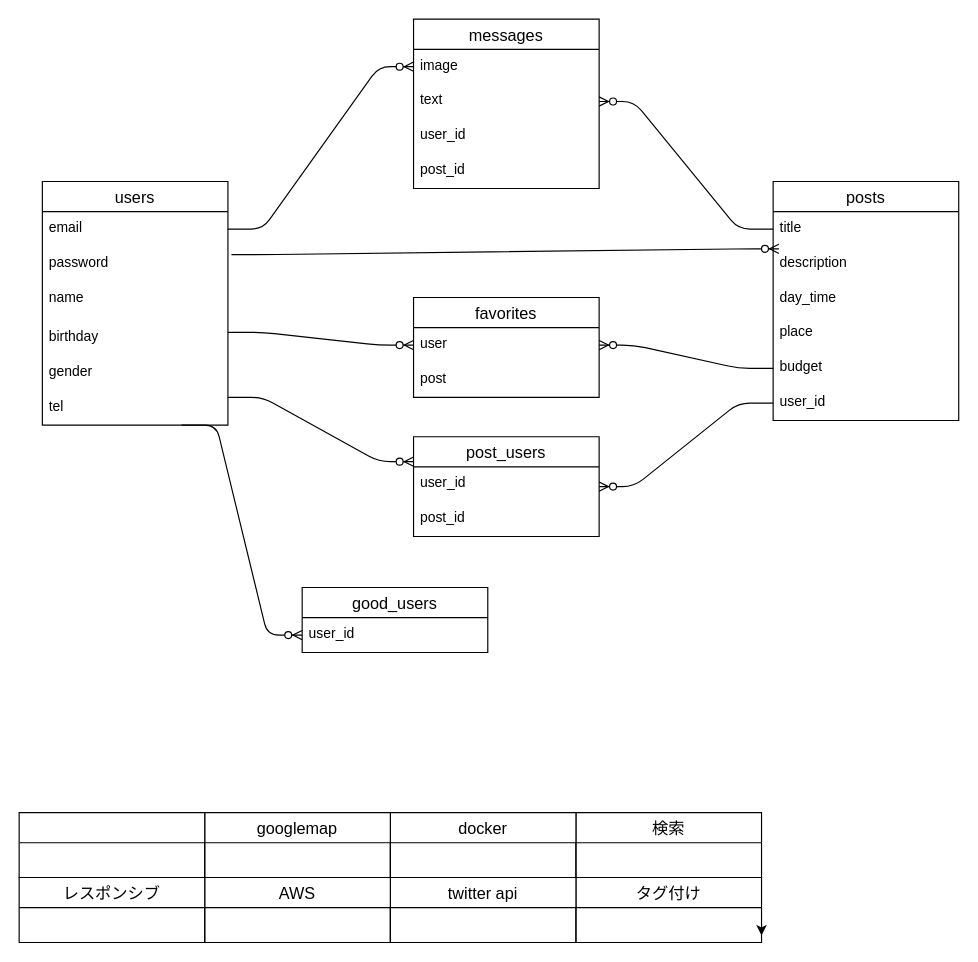
Before: oriapp2.dio in koyama1058/oriapp, a draw.io diagram. Source tidied: cells renumbered, new cells numbered last; positions are measured from the earlier drawing's top-left corner, leaving out a move shared by most shapes. Both pictures are drawn from the tidied source at 116%, with x=0, y=0 at pixel (19, 19).
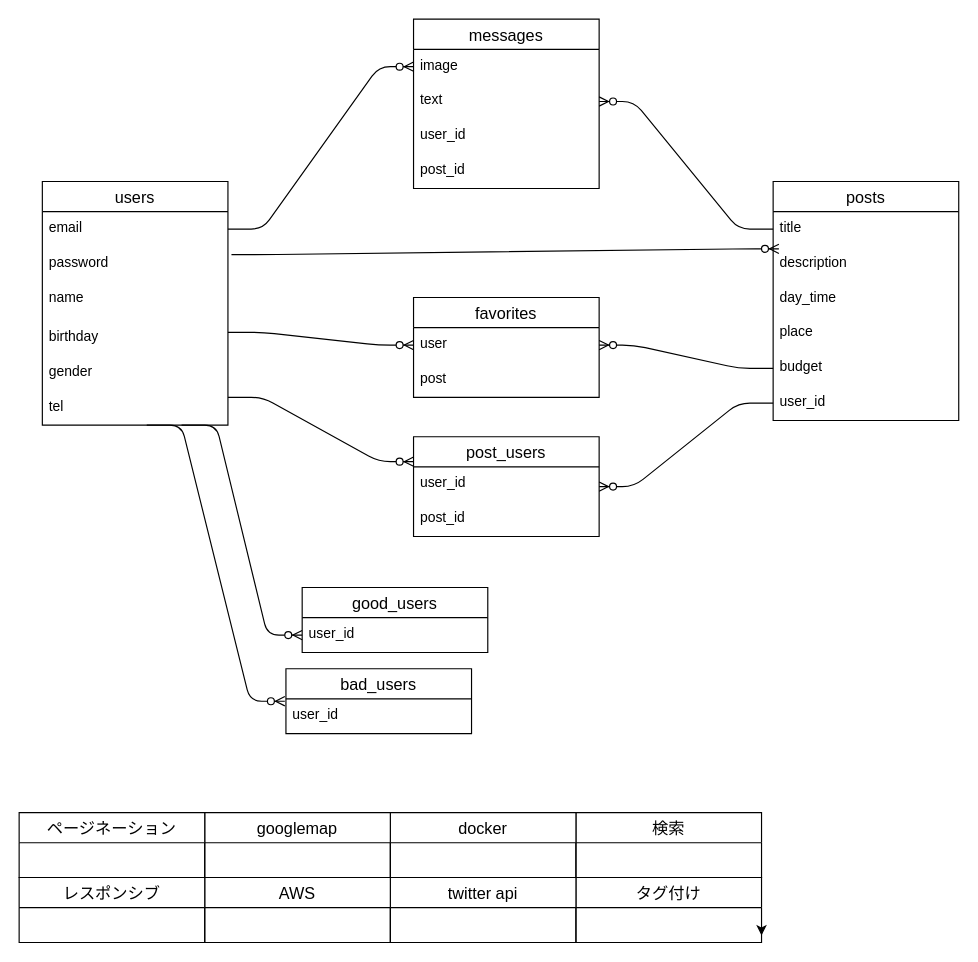
After the change.

What changed in the source:
```diff
@@
-    <mxCell id="44" style="swimlane;fontStyle=0;horizontal=1;startSize=26;align=center;fontSize=14;" parent="1" vertex="1">
+    <mxCell id="44" value="ページネーション" style="swimlane;fontStyle=0;horizontal=1;startSize=26;align=center;fontSize=14;" parent="1" vertex="1">
       <mxGeometry y="684" width="160" height="56" as="geometry" />
     </mxCell>
@@
+    <mxCell id="46" style="edgeStyle=entityRelationEdgeStyle;fontSize=12;html=1;endArrow=ERzeroToMany;endFill=1;entryX=-0.006;entryY=0.067;entryDx=0;entryDy=0;exitX=1;exitY=0.2;exitDx=0;exitDy=0;exitPerimeter=0;entryPerimeter=0;" parent="1" edge="1" target="48">
+      <mxGeometry relative="1" as="geometry">
+        <mxPoint x="110" y="350" as="sourcePoint" />
+      </mxGeometry>
+    </mxCell>
+    <mxCell id="47" value="bad_users" style="swimlane;fontStyle=0;horizontal=1;startSize=26;align=center;fontSize=14;" parent="1" vertex="1">
+      <mxGeometry x="230" y="560" width="160" height="56" as="geometry" />
+    </mxCell>
+    <mxCell id="48" value="user_id" style="text;strokeColor=none;fillColor=none;spacingLeft=4;spacingRight=4;overflow=hidden;points=[[0,0.5],[1,0.5]];portConstraint=eastwest;fontSize=12;" parent="47" vertex="1">
+      <mxGeometry y="26" width="160" height="30" as="geometry" />
+    </mxCell>
```
